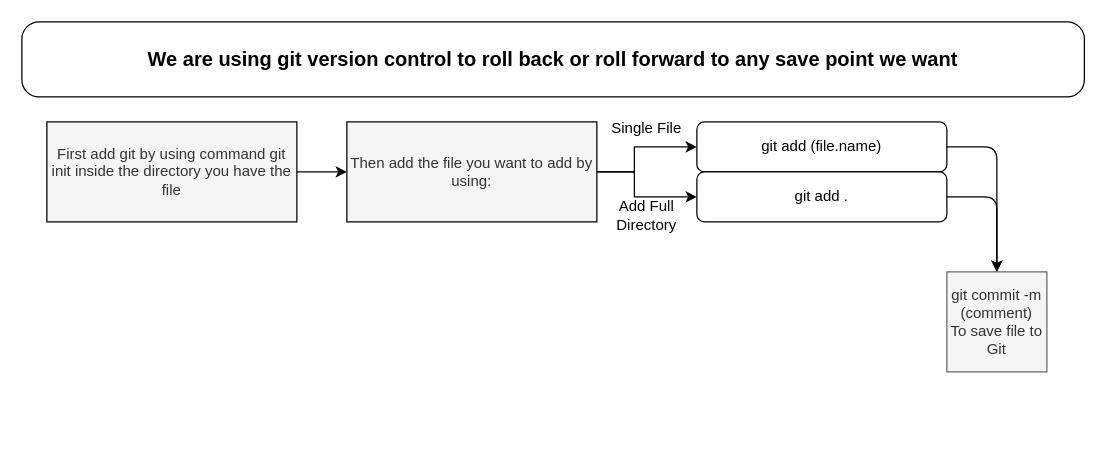
Before: git_version_control.drawio in AVJ125/cv, a draw.io diagram. Source tidied: cells renumbered, new cells numbered last; positions are measured from the earlier drawing's top-left corner, leaving out a move shared by most shapes. Both pictures are drawn from the tidied source at 125%, with x=0, y=0 at pixel (21, 21).
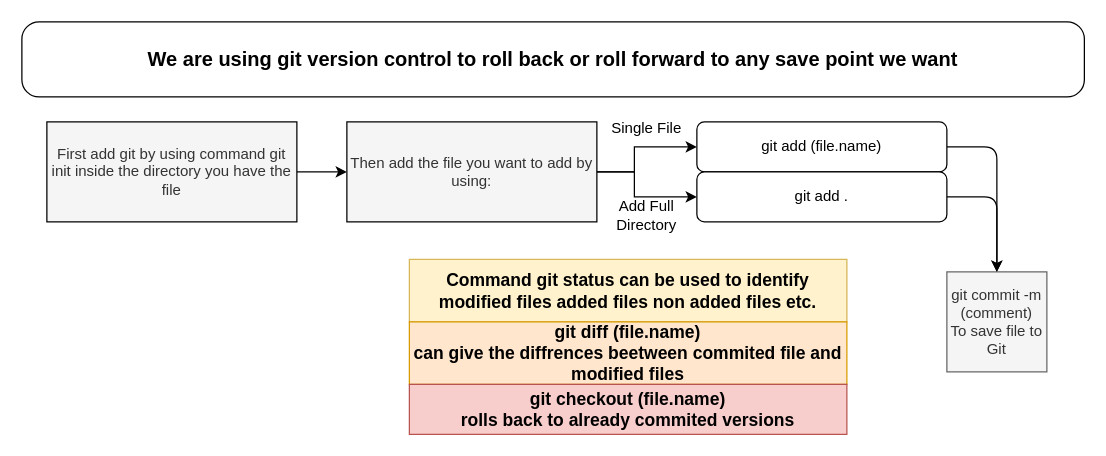
After the change.

What changed in the source:
```diff
@@
+    <mxCell id="15" value="&lt;b&gt;&lt;font style=&quot;font-size: 14px&quot;&gt;Command git status can be used to identify modified files added files non added files etc.&lt;/font&gt;&lt;/b&gt;" style="text;html=1;strokeColor=#d6b656;fillColor=#fff2cc;align=center;verticalAlign=middle;whiteSpace=wrap;rounded=0;" parent="1" vertex="1">
+      <mxGeometry x="310" y="190" width="350" height="50" as="geometry" />
+    </mxCell>
+    <mxCell id="16" value="&lt;b style=&quot;font-size: 14px&quot;&gt;git diff (file.name)&lt;br&gt;can give the diffrences beetween commited file and modified files&lt;/b&gt;" style="text;html=1;strokeColor=#d79b00;fillColor=#ffe6cc;align=center;verticalAlign=middle;whiteSpace=wrap;rounded=0;" parent="1" vertex="1">
+      <mxGeometry x="310" y="240" width="350" height="50" as="geometry" />
+    </mxCell>
+    <mxCell id="17" value="&lt;b style=&quot;font-size: 14px&quot;&gt;git checkout (file.name)&lt;br&gt;rolls back to already commited versions&lt;/b&gt;" style="text;html=1;strokeColor=#b85450;fillColor=#f8cecc;align=center;verticalAlign=middle;whiteSpace=wrap;rounded=0;" parent="1" vertex="1">
+      <mxGeometry x="310" y="290" width="350" height="40" as="geometry" />
+    </mxCell>
```
